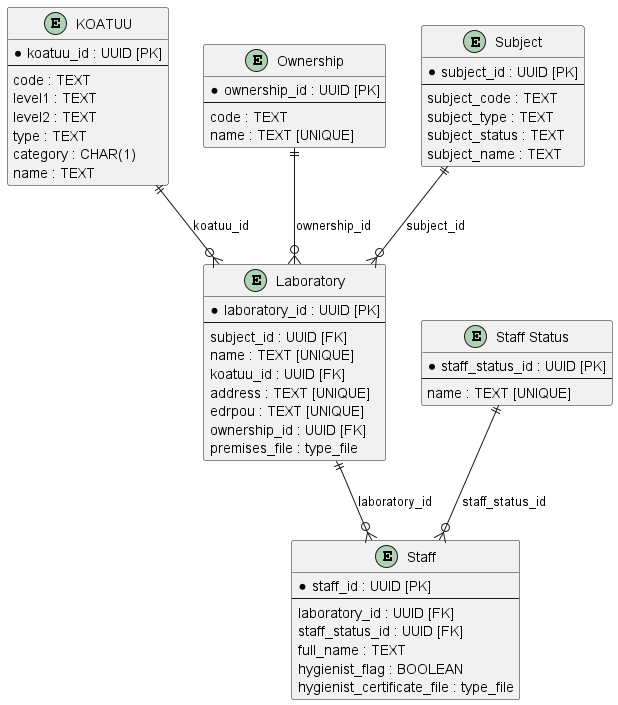
This is docs/en/modules/registry-develop/images/study-project/task-2/task-2-1-logical-model-en.png from epam/edp-ddm-architecture, a PlantUML export, as it was before one commit.
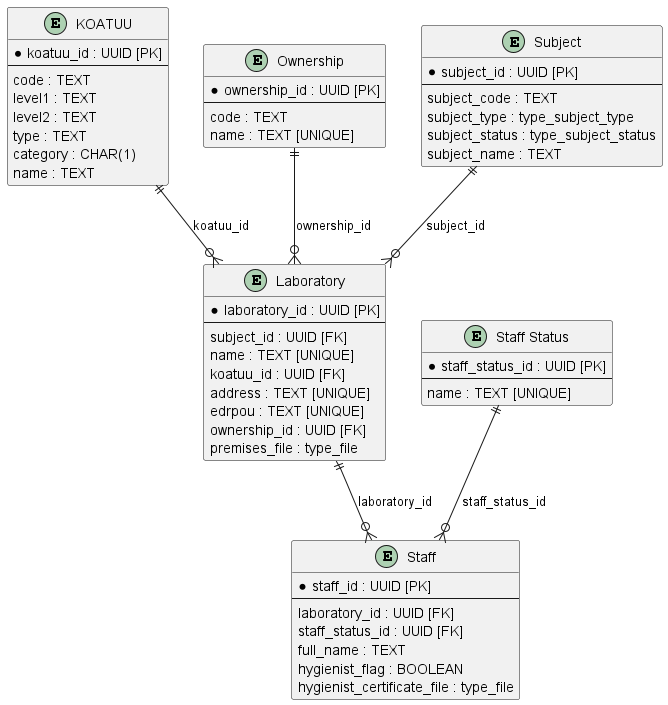
After the change.

Diff of the diagram source:
```diff
@@ -21,8 +21,8 @@
     *subject_id : UUID [PK]
     --
     subject_code : TEXT
-    subject_type : TEXT
-    subject_status : TEXT
+    subject_type : type_subject_type
+    subject_status : type_subject_status
     subject_name : TEXT
 }
 
```
